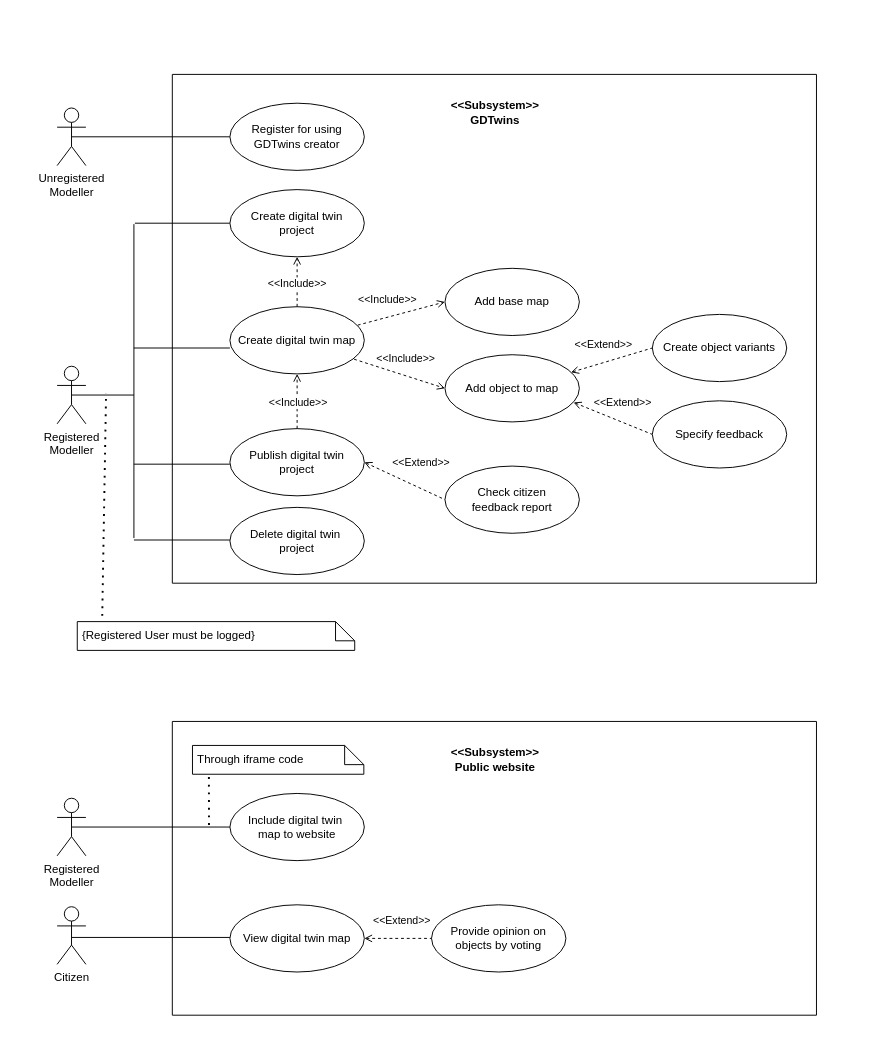
pavelberanek91/gdtwins keeps this draw.io diagram as documentation/diagrams/usecase.drawio. Above is the earlier version. Source tidied: cells renumbered, new cells numbered last; positions are measured from the earlier drawing's top-left corner, leaving out a move shared by most shapes. Both pictures are drawn from the tidied source at 96%, with x=0, y=0 at pixel (57, 74).
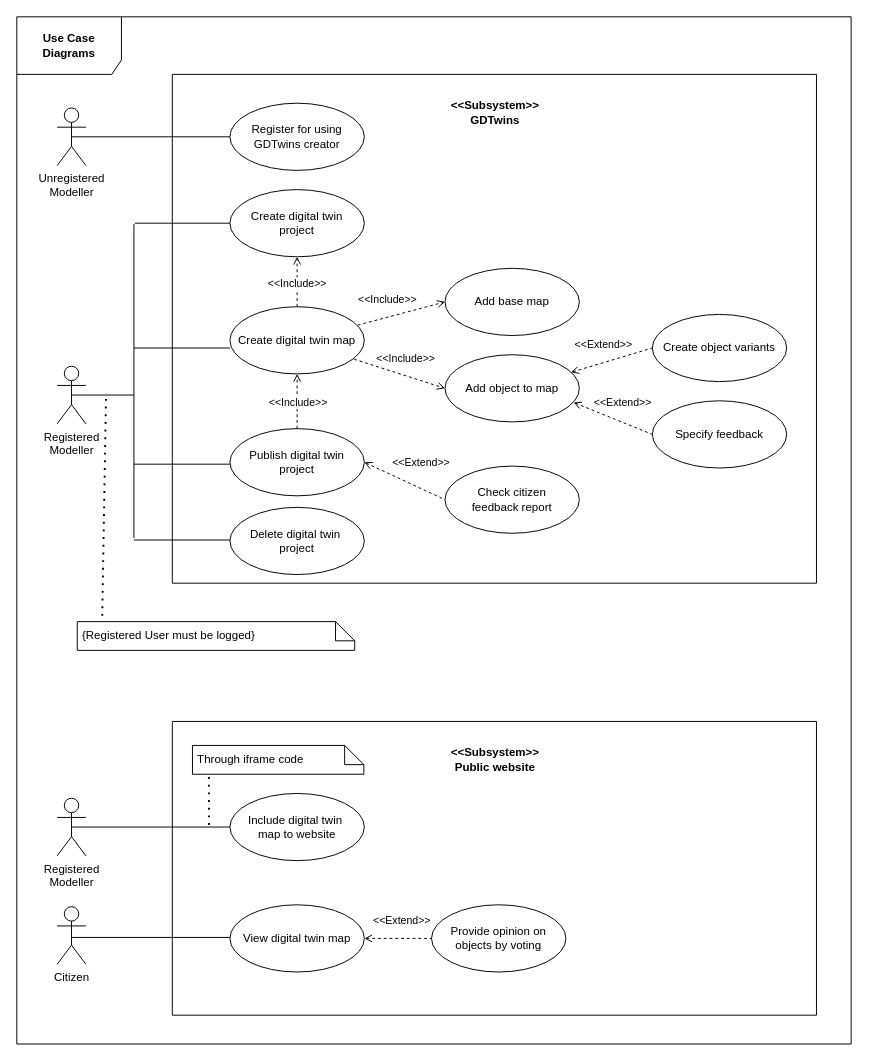
After the change.

Commit message (it also covers changes not shown here):
added frames to all diagrams

Change to the diagram source:
```diff
@@
+    <mxCell id="52" value="&lt;b&gt;Use Case&lt;br&gt;Diagrams&lt;/b&gt;" style="shape=umlFrame;whiteSpace=wrap;html=1;width=109;height=60;" parent="1" vertex="1">
+      <mxGeometry x="-42" y="-60" width="869.1" height="1070" as="geometry" />
+    </mxCell>
```
